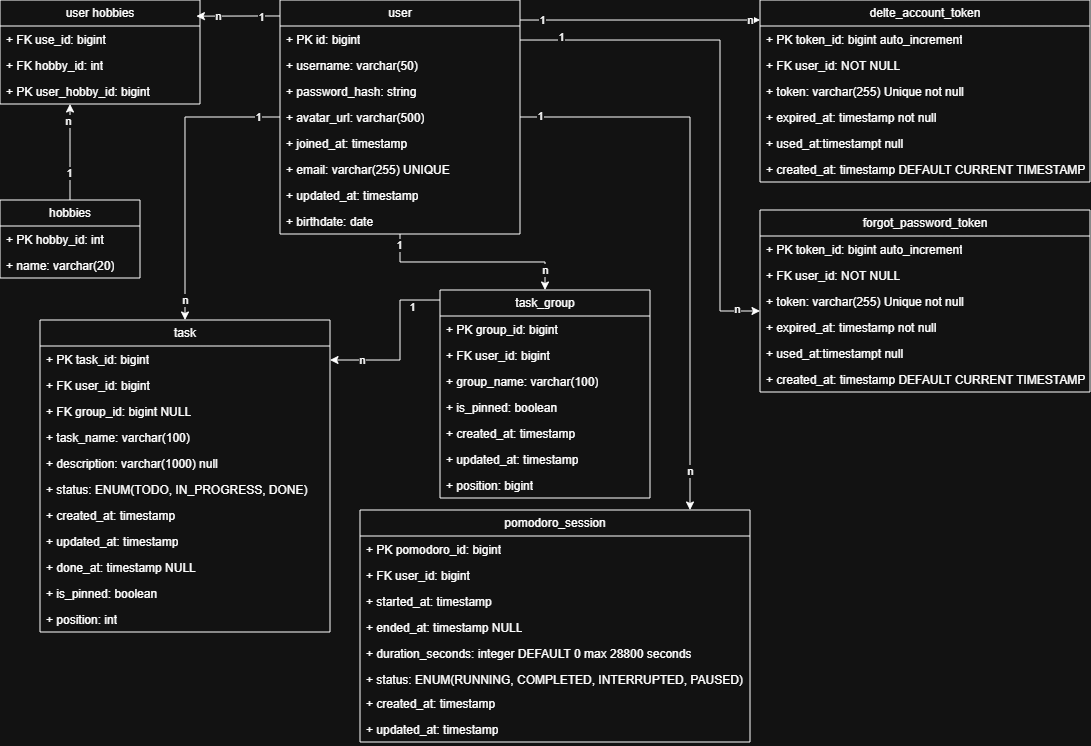
Before: design/diagrams/erd/erd_focusflow.drawio.png, a diagram exported from draw.io (nhatkhang25092005/Focus-Flow). Source tidied: cells renumbered, new cells last; positions are measured from the earlier drawing's top-left corner, leaving out a move shared by most shapes.
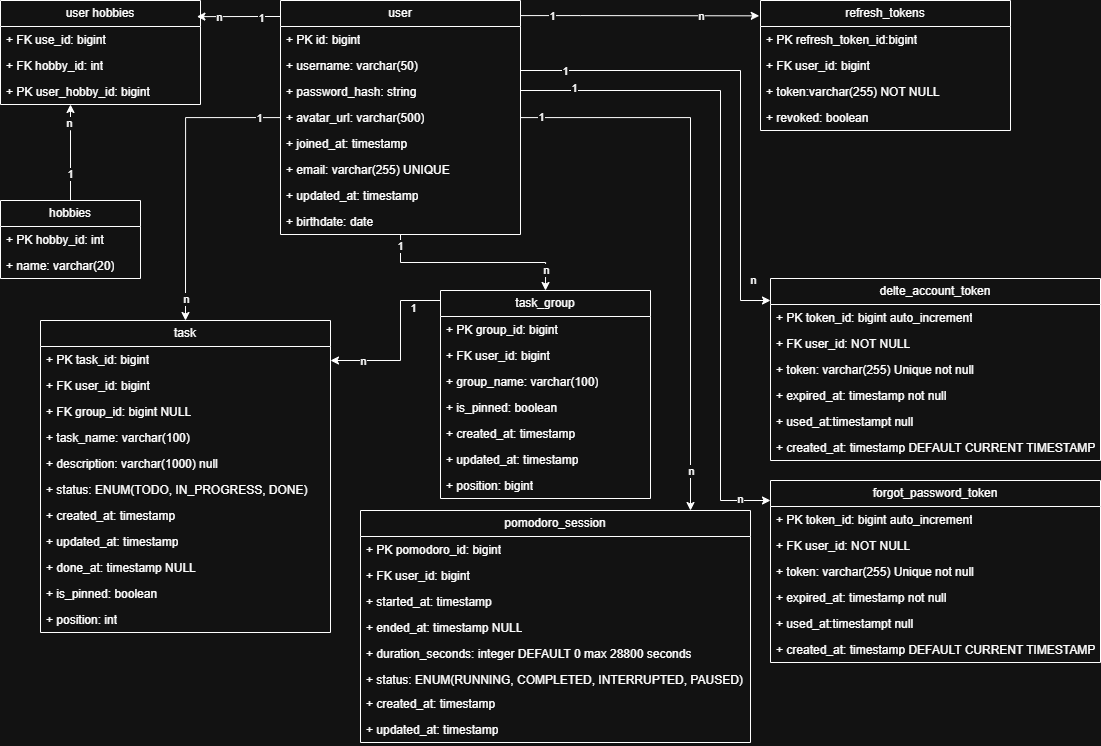
After the commit.

The edit, as a diff of the source:
```diff
@@ -27,8 +27,8 @@
     <mxCell id="8" style="edgeStyle=orthogonalEdgeStyle;rounded=0;jettySize=auto;html=1;" parent="1" edge="1" source="14" target="75">
       <mxGeometry relative="1" as="geometry">
         <Array as="points">
-          <mxPoint x="640" y="20" />
-          <mxPoint x="640" y="20" />
+          <mxPoint x="740" y="70" />
+          <mxPoint x="740" y="300" />
         </Array>
       </mxGeometry>
     </mxCell>
@@ -43,8 +43,8 @@
     <mxCell id="11" style="edgeStyle=orthogonalEdgeStyle;rounded=0;jettySize=auto;html=1;" parent="1" edge="1" source="14" target="68">
       <mxGeometry relative="1" as="geometry">
         <Array as="points">
-          <mxPoint x="720" y="40" />
-          <mxPoint x="720" y="311" />
+          <mxPoint x="720" y="90" />
+          <mxPoint x="720" y="500" />
         </Array>
       </mxGeometry>
     </mxCell>
@@ -237,7 +237,7 @@
       <mxGeometry y="78" width="200" height="26" as="geometry" />
     </mxCell>
     <mxCell id="68" value="forgot_password_token" style="swimlane;fontStyle=0;horizontal=1;startSize=26;fillColor=none;whiteSpace=wrap;html=1;" parent="1" vertex="1">
-      <mxGeometry x="760" y="210" width="330" height="182" as="geometry" />
+      <mxGeometry x="770" y="480" width="330" height="182" as="geometry" />
     </mxCell>
     <mxCell id="69" value="+ PK token_id: bigint auto_increment" style="text;strokeColor=none;fillColor=none;align=left;verticalAlign=top;spacingLeft=4;spacingRight=4;overflow=hidden;whiteSpace=wrap;html=1;" parent="68" vertex="1">
       <mxGeometry y="26" width="330" height="26" as="geometry" />
@@ -258,7 +258,7 @@
       <mxGeometry y="156" width="330" height="26" as="geometry" />
     </mxCell>
     <mxCell id="75" value="delte_account_token" style="swimlane;fontStyle=0;horizontal=1;startSize=26;fillColor=none;whiteSpace=wrap;html=1;" parent="1" vertex="1">
-      <mxGeometry x="760" width="330" height="182" as="geometry" />
+      <mxGeometry x="770" y="278" width="330" height="182" as="geometry" />
     </mxCell>
     <mxCell id="76" value="+ PK token_id: bigint auto_increment" style="text;strokeColor=none;fillColor=none;align=left;verticalAlign=top;spacingLeft=4;spacingRight=4;overflow=hidden;whiteSpace=wrap;html=1;" parent="75" vertex="1">
       <mxGeometry y="26" width="330" height="26" as="geometry" />
@@ -292,5 +292,34 @@
     <mxCell id="84" value="n" style="edgeLabel;html=1;align=center;verticalAlign=middle;" parent="82" vertex="1">
       <mxGeometry x="0.5" relative="1" as="geometry" />
     </mxCell>
+    <mxCell id="85" value="refresh_tokens" style="swimlane;fontStyle=0;horizontal=1;startSize=26;fillColor=none;whiteSpace=wrap;html=1;" parent="1" vertex="1">
+      <mxGeometry x="760" width="250" height="130" as="geometry" />
+    </mxCell>
+    <mxCell id="86" value="+ PK refresh_token_id:bigint" style="text;strokeColor=none;fillColor=none;align=left;verticalAlign=top;spacingLeft=4;spacingRight=4;overflow=hidden;whiteSpace=wrap;html=1;" parent="85" vertex="1">
+      <mxGeometry y="26" width="250" height="26" as="geometry" />
+    </mxCell>
+    <mxCell id="87" value="+ FK user_id: bigint" style="text;strokeColor=none;fillColor=none;align=left;verticalAlign=top;spacingLeft=4;spacingRight=4;overflow=hidden;whiteSpace=wrap;html=1;" parent="85" vertex="1">
+      <mxGeometry y="52" width="250" height="26" as="geometry" />
+    </mxCell>
+    <mxCell id="88" value="+ token:varchar(255) NOT NULL" style="text;strokeColor=none;fillColor=none;align=left;verticalAlign=top;spacingLeft=4;spacingRight=4;overflow=hidden;whiteSpace=wrap;html=1;" parent="85" vertex="1">
+      <mxGeometry y="78" width="250" height="26" as="geometry" />
+    </mxCell>
+    <mxCell id="89" value="+ revoked: boolean" style="text;strokeColor=none;fillColor=none;align=left;verticalAlign=top;spacingLeft=4;spacingRight=4;overflow=hidden;whiteSpace=wrap;html=1;" parent="85" vertex="1">
+      <mxGeometry y="104" width="250" height="26" as="geometry" />
+    </mxCell>
+    <mxCell id="90" style="edgeStyle=orthogonalEdgeStyle;rounded=0;jettySize=auto;html=1;entryX=-0.005;entryY=0.118;entryDx=0;entryDy=0;entryPerimeter=0;" parent="1" edge="1" source="14" target="85">
+      <mxGeometry relative="1" as="geometry">
+        <Array as="points">
+          <mxPoint x="580" y="15" />
+          <mxPoint x="580" y="15" />
+        </Array>
+      </mxGeometry>
+    </mxCell>
+    <mxCell id="91" value="1" style="edgeLabel;html=1;align=center;verticalAlign=middle;" parent="90" vertex="1">
+      <mxGeometry x="-0.74" relative="1" as="geometry" />
+    </mxCell>
+    <mxCell id="92" value="n" style="edgeLabel;html=1;align=center;verticalAlign=middle;" parent="90" vertex="1">
+      <mxGeometry x="0.51" relative="1" as="geometry" />
+    </mxCell>
   </root>
 </mxGraphModel>
```
